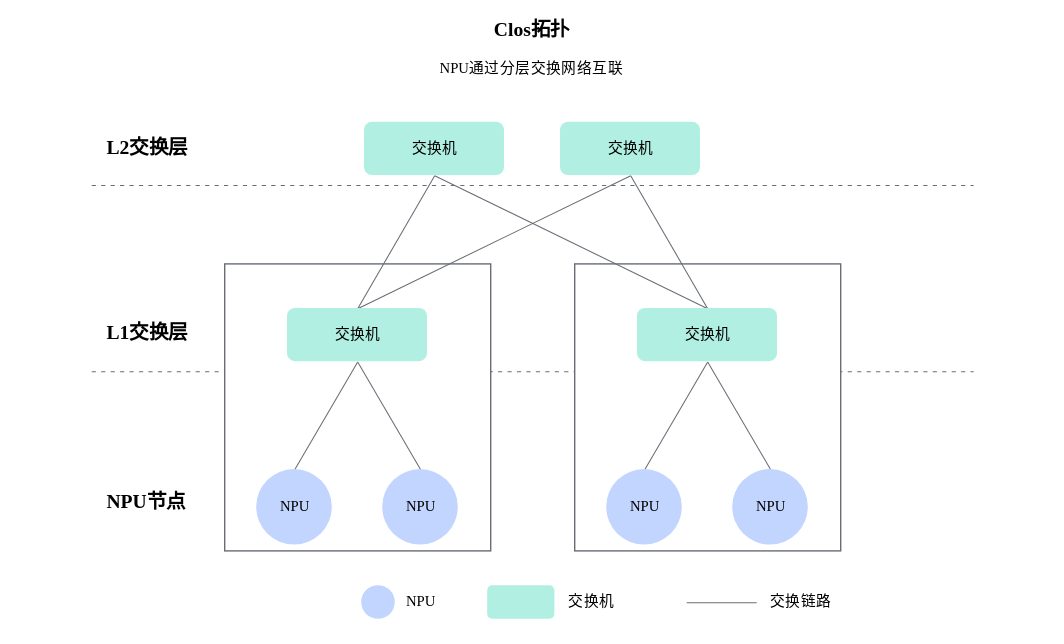
Atlas-Ascend-Fork/asc-comm keeps this draw.io diagram as docs/zh/programming_model/figures/src/clos_topology.svg. Above is the earlier version. Source tidied: cells renumbered, new cells last; positions are measured from the earlier drawing's top-left corner, leaving out a move shared by most shapes.
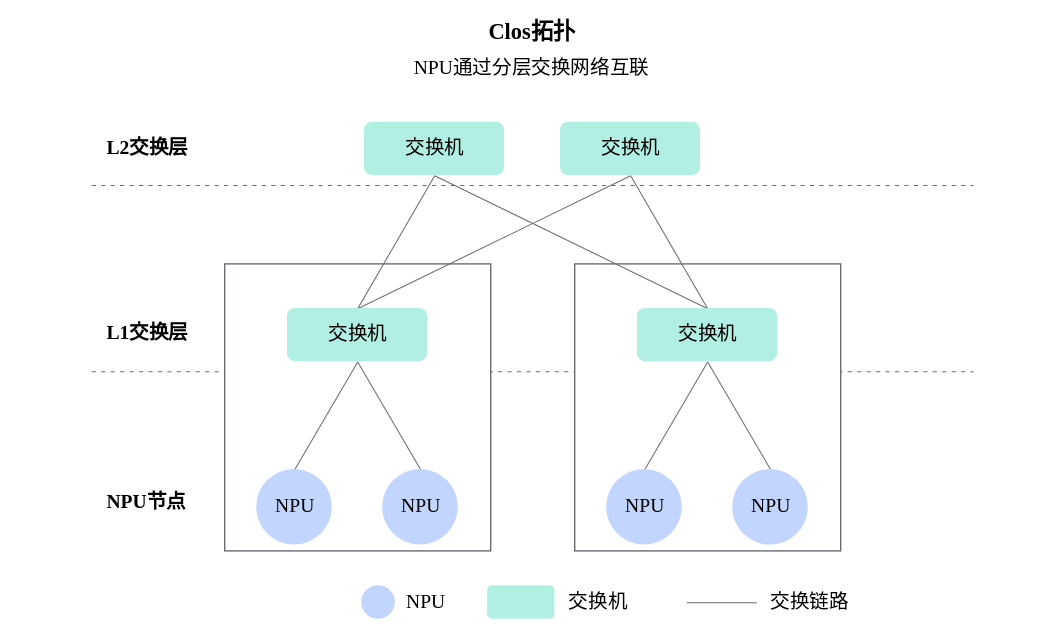
The same file after the commit.

Diff of the diagram source:
```diff
@@ -5,10 +5,10 @@
     <mxCell id="2" style="rounded=0;whiteSpace=wrap;html=1;strokeColor=none;fontFamily=方正兰亭黑简体;" parent="1" vertex="1">
       <mxGeometry width="760" height="460" as="geometry" />
     </mxCell>
-    <mxCell id="3" value="&lt;font style=&quot;font-size: 14px;&quot;&gt;&lt;b&gt;Clos拓扑&lt;/b&gt;&lt;/font&gt;" style="text;html=1;strokeColor=none;fillColor=none;whiteSpace=wrap;overflow=visible;fontFamily=方正兰亭黑简体;fontSize=14;fontColor=#000000;align=center;verticalAlign=middle;spacing=0;fontStyle=1;" parent="1" vertex="1">
+    <mxCell id="3" value="&lt;font&gt;&lt;b&gt;Clos拓扑&lt;/b&gt;&lt;/font&gt;" style="text;html=1;strokeColor=none;fillColor=none;whiteSpace=wrap;overflow=visible;fontFamily=方正兰亭黑简体;fontSize=16;fontColor=#000000;align=center;verticalAlign=middle;spacing=0;fontStyle=1;" parent="1" vertex="1">
       <mxGeometry x="317" y="6" width="126" height="32" as="geometry" />
     </mxCell>
-    <mxCell id="4" value="&lt;font style=&quot;font-size: 10.5px;&quot;&gt;NPU通过分层交换网络互联&lt;/font&gt;" style="text;html=1;strokeColor=none;fillColor=none;whiteSpace=wrap;overflow=visible;fontFamily=方正兰亭黑简体;fontSize=10.5;fontColor=#000000;align=center;verticalAlign=middle;spacing=0;" parent="1" vertex="1">
+    <mxCell id="4" value="&lt;font&gt;NPU通过分层交换网络互联&lt;/font&gt;" style="text;html=1;strokeColor=none;fillColor=none;whiteSpace=wrap;overflow=visible;fontFamily=方正兰亭黑简体;fontSize=14;fontColor=#000000;align=center;verticalAlign=middle;spacing=0;" parent="1" vertex="1">
       <mxGeometry x="284.4" y="38.2" width="191.1" height="22.4" as="geometry" />
     </mxCell>
     <mxCell id="5" value="&lt;font style=&quot;font-size: 14px;&quot;&gt;&lt;b&gt;L2交换层&lt;/b&gt;&lt;/font&gt;" style="text;html=1;strokeColor=none;fillColor=none;whiteSpace=wrap;overflow=visible;fontFamily=方正兰亭黑简体;fontSize=14;fontColor=#000000;align=left;verticalAlign=middle;spacing=0;fontStyle=1;" parent="1" vertex="1">
@@ -32,127 +32,127 @@
         <mxPoint x="695" y="265" as="targetPoint" />
       </mxGeometry>
     </mxCell>
-    <mxCell id="10" style="rounded=0;whiteSpace=wrap;html=1;strokeColor=#686D75;fontFamily=方正兰亭黑简体;fontSize=10.5;" parent="1" vertex="1">
+    <mxCell id="10" style="rounded=0;whiteSpace=wrap;html=1;strokeColor=#686D75;fontFamily=方正兰亭黑简体;fontSize=14;" parent="1" vertex="1">
       <mxGeometry x="160" y="188" width="190" height="205" as="geometry" />
     </mxCell>
-    <mxCell id="11" style="rounded=0;whiteSpace=wrap;html=1;strokeColor=#686D75;fontFamily=方正兰亭黑简体;fontSize=10.5;" parent="1" vertex="1">
+    <mxCell id="11" style="rounded=0;whiteSpace=wrap;html=1;strokeColor=#686D75;fontFamily=方正兰亭黑简体;fontSize=14;" parent="1" vertex="1">
       <mxGeometry x="410" y="188" width="190" height="205" as="geometry" />
     </mxCell>
-    <mxCell id="12" style="endArrow=none;html=1;rounded=0;fontSize=6;strokeWidth=0.75;strokeColor=#686D75;fontFamily=方正兰亭黑简体;" parent="1" edge="1">
+    <mxCell id="12" style="endArrow=none;html=1;rounded=0;fontSize=14;strokeWidth=0.75;strokeColor=#686D75;fontFamily=方正兰亭黑简体;" parent="1" edge="1">
       <mxGeometry relative="1" as="geometry">
         <mxPoint x="310" y="125" as="sourcePoint" />
         <mxPoint x="255" y="220" as="targetPoint" />
       </mxGeometry>
     </mxCell>
-    <mxCell id="13" style="endArrow=none;html=1;rounded=0;fontSize=6;strokeWidth=0.75;strokeColor=#686D75;fontFamily=方正兰亭黑简体;" parent="1" edge="1">
+    <mxCell id="13" style="endArrow=none;html=1;rounded=0;fontSize=14;strokeWidth=0.75;strokeColor=#686D75;fontFamily=方正兰亭黑简体;" parent="1" edge="1">
       <mxGeometry relative="1" as="geometry">
         <mxPoint x="310" y="125" as="sourcePoint" />
         <mxPoint x="505" y="220" as="targetPoint" />
       </mxGeometry>
     </mxCell>
-    <mxCell id="14" style="endArrow=none;html=1;rounded=0;fontSize=6;strokeWidth=0.75;strokeColor=#686D75;fontFamily=方正兰亭黑简体;" parent="1" edge="1">
+    <mxCell id="14" style="endArrow=none;html=1;rounded=0;fontSize=14;strokeWidth=0.75;strokeColor=#686D75;fontFamily=方正兰亭黑简体;" parent="1" edge="1">
       <mxGeometry relative="1" as="geometry">
         <mxPoint x="450" y="125" as="sourcePoint" />
         <mxPoint x="255" y="220" as="targetPoint" />
       </mxGeometry>
     </mxCell>
-    <mxCell id="15" style="endArrow=none;html=1;rounded=0;fontSize=6;strokeWidth=0.75;strokeColor=#686D75;fontFamily=方正兰亭黑简体;" parent="1" edge="1">
+    <mxCell id="15" style="endArrow=none;html=1;rounded=0;fontSize=14;strokeWidth=0.75;strokeColor=#686D75;fontFamily=方正兰亭黑简体;" parent="1" edge="1">
       <mxGeometry relative="1" as="geometry">
         <mxPoint x="450" y="125" as="sourcePoint" />
         <mxPoint x="505" y="220" as="targetPoint" />
       </mxGeometry>
     </mxCell>
-    <mxCell id="16" style="endArrow=none;html=1;rounded=0;fontSize=6;strokeWidth=0.75;strokeColor=#686D75;fontFamily=方正兰亭黑简体;" parent="1" edge="1">
+    <mxCell id="16" style="endArrow=none;html=1;rounded=0;fontSize=14;strokeWidth=0.75;strokeColor=#686D75;fontFamily=方正兰亭黑简体;" parent="1" edge="1">
       <mxGeometry relative="1" as="geometry">
         <mxPoint x="255" y="258" as="sourcePoint" />
         <mxPoint x="210" y="335" as="targetPoint" />
       </mxGeometry>
     </mxCell>
-    <mxCell id="17" style="endArrow=none;html=1;rounded=0;fontSize=6;strokeWidth=0.75;strokeColor=#686D75;fontFamily=方正兰亭黑简体;" parent="1" edge="1">
+    <mxCell id="17" style="endArrow=none;html=1;rounded=0;fontSize=14;strokeWidth=0.75;strokeColor=#686D75;fontFamily=方正兰亭黑简体;" parent="1" edge="1">
       <mxGeometry relative="1" as="geometry">
         <mxPoint x="255" y="258" as="sourcePoint" />
         <mxPoint x="300" y="335" as="targetPoint" />
       </mxGeometry>
     </mxCell>
-    <mxCell id="18" style="endArrow=none;html=1;rounded=0;fontSize=6;strokeWidth=0.75;strokeColor=#686D75;fontFamily=方正兰亭黑简体;" parent="1" edge="1">
+    <mxCell id="18" style="endArrow=none;html=1;rounded=0;fontSize=14;strokeWidth=0.75;strokeColor=#686D75;fontFamily=方正兰亭黑简体;" parent="1" edge="1">
       <mxGeometry relative="1" as="geometry">
         <mxPoint x="505" y="258" as="sourcePoint" />
         <mxPoint x="460" y="335" as="targetPoint" />
       </mxGeometry>
     </mxCell>
-    <mxCell id="19" style="endArrow=none;html=1;rounded=0;fontSize=6;strokeWidth=0.75;strokeColor=#686D75;fontFamily=方正兰亭黑简体;" parent="1" edge="1">
+    <mxCell id="19" style="endArrow=none;html=1;rounded=0;fontSize=14;strokeWidth=0.75;strokeColor=#686D75;fontFamily=方正兰亭黑简体;" parent="1" edge="1">
       <mxGeometry relative="1" as="geometry">
         <mxPoint x="505" y="258" as="sourcePoint" />
         <mxPoint x="550" y="335" as="targetPoint" />
       </mxGeometry>
     </mxCell>
-    <mxCell id="20" style="rounded=1;whiteSpace=wrap;html=1;fillColor=light-dark(#B0EFE2,#121212);strokeColor=none;fontFamily=方正兰亭黑简体;" parent="1" vertex="1">
+    <mxCell id="20" style="rounded=1;whiteSpace=wrap;html=1;fillColor=light-dark(#B0EFE2,#121212);strokeColor=none;fontFamily=方正兰亭黑简体;fontSize=14;" parent="1" vertex="1">
       <mxGeometry x="260" y="87" width="100" height="38" as="geometry" />
     </mxCell>
-    <mxCell id="21" style="rounded=1;whiteSpace=wrap;html=1;fillColor=light-dark(#B0EFE2,#121212);strokeColor=none;fontFamily=方正兰亭黑简体;" parent="1" vertex="1">
+    <mxCell id="21" style="rounded=1;whiteSpace=wrap;html=1;fillColor=light-dark(#B0EFE2,#121212);strokeColor=none;fontFamily=方正兰亭黑简体;fontSize=14;" parent="1" vertex="1">
       <mxGeometry x="400" y="87" width="100" height="38" as="geometry" />
     </mxCell>
-    <mxCell id="22" value="&lt;font style=&quot;font-size: 10.5px;&quot;&gt;交换机&lt;/font&gt;" style="text;html=1;strokeColor=none;fillColor=none;whiteSpace=wrap;overflow=visible;fontFamily=方正兰亭黑简体;fontSize=10.5;fontColor=#000000;align=center;verticalAlign=middle;spacing=0;" parent="1" vertex="1">
+    <mxCell id="22" value="&lt;font&gt;交换机&lt;/font&gt;" style="text;html=1;strokeColor=none;fillColor=none;whiteSpace=wrap;overflow=visible;fontFamily=方正兰亭黑简体;fontSize=14;fontColor=#000000;align=center;verticalAlign=middle;spacing=0;" parent="1" vertex="1">
       <mxGeometry x="289.5" y="95.4" width="41" height="20.8" as="geometry" />
     </mxCell>
-    <mxCell id="23" value="&lt;font style=&quot;font-size: 10.5px;&quot;&gt;交换机&lt;/font&gt;" style="text;html=1;strokeColor=none;fillColor=none;whiteSpace=wrap;overflow=visible;fontFamily=方正兰亭黑简体;fontSize=10.5;fontColor=#000000;align=center;verticalAlign=middle;spacing=0;" parent="1" vertex="1">
+    <mxCell id="23" value="&lt;font&gt;交换机&lt;/font&gt;" style="text;html=1;strokeColor=none;fillColor=none;whiteSpace=wrap;overflow=visible;fontFamily=方正兰亭黑简体;fontSize=14;fontColor=#000000;align=center;verticalAlign=middle;spacing=0;" parent="1" vertex="1">
       <mxGeometry x="429.5" y="95.4" width="41" height="20.8" as="geometry" />
     </mxCell>
-    <mxCell id="24" style="rounded=1;whiteSpace=wrap;html=1;fillColor=light-dark(#B0EFE2,#121212);strokeColor=none;fontFamily=方正兰亭黑简体;" parent="1" vertex="1">
+    <mxCell id="24" style="rounded=1;whiteSpace=wrap;html=1;fillColor=light-dark(#B0EFE2,#121212);strokeColor=none;fontFamily=方正兰亭黑简体;fontSize=14;" parent="1" vertex="1">
       <mxGeometry x="205" y="220" width="100" height="38" as="geometry" />
     </mxCell>
-    <mxCell id="25" style="rounded=1;whiteSpace=wrap;html=1;fillColor=light-dark(#B0EFE2,#121212);strokeColor=none;fontFamily=方正兰亭黑简体;" parent="1" vertex="1">
+    <mxCell id="25" style="rounded=1;whiteSpace=wrap;html=1;fillColor=light-dark(#B0EFE2,#121212);strokeColor=none;fontFamily=方正兰亭黑简体;fontSize=14;" parent="1" vertex="1">
       <mxGeometry x="455" y="220" width="100" height="38" as="geometry" />
     </mxCell>
-    <mxCell id="26" value="&lt;font style=&quot;font-size: 10.5px;&quot;&gt;交换机&lt;/font&gt;" style="text;html=1;strokeColor=none;fillColor=none;whiteSpace=wrap;overflow=visible;fontFamily=方正兰亭黑简体;fontSize=10.5;fontColor=#000000;align=center;verticalAlign=middle;spacing=0;" parent="1" vertex="1">
+    <mxCell id="26" value="&lt;font&gt;交换机&lt;/font&gt;" style="text;html=1;strokeColor=none;fillColor=none;whiteSpace=wrap;overflow=visible;fontFamily=方正兰亭黑简体;fontSize=14;fontColor=#000000;align=center;verticalAlign=middle;spacing=0;" parent="1" vertex="1">
       <mxGeometry x="234.5" y="228.4" width="41" height="20.8" as="geometry" />
     </mxCell>
-    <mxCell id="27" value="&lt;font style=&quot;font-size: 10.5px;&quot;&gt;交换机&lt;/font&gt;" style="text;html=1;strokeColor=none;fillColor=none;whiteSpace=wrap;overflow=visible;fontFamily=方正兰亭黑简体;fontSize=10.5;fontColor=#000000;align=center;verticalAlign=middle;spacing=0;" parent="1" vertex="1">
+    <mxCell id="27" value="&lt;font&gt;交换机&lt;/font&gt;" style="text;html=1;strokeColor=none;fillColor=none;whiteSpace=wrap;overflow=visible;fontFamily=方正兰亭黑简体;fontSize=14;fontColor=#000000;align=center;verticalAlign=middle;spacing=0;" parent="1" vertex="1">
       <mxGeometry x="484.5" y="228.4" width="41" height="20.8" as="geometry" />
     </mxCell>
-    <mxCell id="28" style="ellipse;whiteSpace=wrap;html=1;fillColor=#C2D5FE;strokeColor=none;fontFamily=方正兰亭黑简体;" parent="1" vertex="1">
+    <mxCell id="28" style="ellipse;whiteSpace=wrap;html=1;fillColor=#C2D5FE;strokeColor=none;fontFamily=方正兰亭黑简体;fontSize=14;" parent="1" vertex="1">
       <mxGeometry x="183" y="335" width="54" height="54" as="geometry" />
     </mxCell>
-    <mxCell id="29" style="ellipse;whiteSpace=wrap;html=1;fillColor=#C2D5FE;strokeColor=none;fontFamily=方正兰亭黑简体;" parent="1" vertex="1">
+    <mxCell id="29" style="ellipse;whiteSpace=wrap;html=1;fillColor=#C2D5FE;strokeColor=none;fontFamily=方正兰亭黑简体;fontSize=14;" parent="1" vertex="1">
       <mxGeometry x="273" y="335" width="54" height="54" as="geometry" />
     </mxCell>
-    <mxCell id="30" style="ellipse;whiteSpace=wrap;html=1;fillColor=#C2D5FE;strokeColor=none;fontFamily=方正兰亭黑简体;" parent="1" vertex="1">
+    <mxCell id="30" style="ellipse;whiteSpace=wrap;html=1;fillColor=#C2D5FE;strokeColor=none;fontFamily=方正兰亭黑简体;fontSize=14;" parent="1" vertex="1">
       <mxGeometry x="433" y="335" width="54" height="54" as="geometry" />
     </mxCell>
-    <mxCell id="31" style="ellipse;whiteSpace=wrap;html=1;fillColor=#C2D5FE;strokeColor=none;fontFamily=方正兰亭黑简体;" parent="1" vertex="1">
+    <mxCell id="31" style="ellipse;whiteSpace=wrap;html=1;fillColor=#C2D5FE;strokeColor=none;fontFamily=方正兰亭黑简体;fontSize=14;" parent="1" vertex="1">
       <mxGeometry x="523" y="335" width="54" height="54" as="geometry" />
     </mxCell>
-    <mxCell id="32" value="&lt;font style=&quot;font-size: 10.5px;&quot;&gt;NPU&lt;/font&gt;" style="text;html=1;strokeColor=none;fillColor=none;whiteSpace=wrap;overflow=visible;fontFamily=方正兰亭黑简体;fontSize=10.5;fontColor=#000000;align=center;verticalAlign=middle;spacing=0;" parent="1" vertex="1">
+    <mxCell id="32" value="&lt;font&gt;NPU&lt;/font&gt;" style="text;html=1;strokeColor=none;fillColor=none;whiteSpace=wrap;overflow=visible;fontFamily=方正兰亭黑简体;fontSize=14;fontColor=#000000;align=center;verticalAlign=middle;spacing=0;" parent="1" vertex="1">
       <mxGeometry x="189.5" y="351.4" width="41" height="20.8" as="geometry" />
     </mxCell>
-    <mxCell id="33" value="&lt;font style=&quot;font-size: 10.5px;&quot;&gt;NPU&lt;/font&gt;" style="text;html=1;strokeColor=none;fillColor=none;whiteSpace=wrap;overflow=visible;fontFamily=方正兰亭黑简体;fontSize=10.5;fontColor=#000000;align=center;verticalAlign=middle;spacing=0;" parent="1" vertex="1">
+    <mxCell id="33" value="&lt;font&gt;NPU&lt;/font&gt;" style="text;html=1;strokeColor=none;fillColor=none;whiteSpace=wrap;overflow=visible;fontFamily=方正兰亭黑简体;fontSize=14;fontColor=#000000;align=center;verticalAlign=middle;spacing=0;" parent="1" vertex="1">
       <mxGeometry x="279.5" y="351.4" width="41" height="20.8" as="geometry" />
     </mxCell>
-    <mxCell id="34" value="&lt;font style=&quot;font-size: 10.5px;&quot;&gt;NPU&lt;/font&gt;" style="text;html=1;strokeColor=none;fillColor=none;whiteSpace=wrap;overflow=visible;fontFamily=方正兰亭黑简体;fontSize=10.5;fontColor=#000000;align=center;verticalAlign=middle;spacing=0;" parent="1" vertex="1">
+    <mxCell id="34" value="&lt;font&gt;NPU&lt;/font&gt;" style="text;html=1;strokeColor=none;fillColor=none;whiteSpace=wrap;overflow=visible;fontFamily=方正兰亭黑简体;fontSize=14;fontColor=#000000;align=center;verticalAlign=middle;spacing=0;" parent="1" vertex="1">
       <mxGeometry x="439.5" y="351.4" width="41" height="20.8" as="geometry" />
     </mxCell>
-    <mxCell id="35" value="&lt;font style=&quot;font-size: 10.5px;&quot;&gt;NPU&lt;/font&gt;" style="text;html=1;strokeColor=none;fillColor=none;whiteSpace=wrap;overflow=visible;fontFamily=方正兰亭黑简体;fontSize=10.5;fontColor=#000000;align=center;verticalAlign=middle;spacing=0;" parent="1" vertex="1">
+    <mxCell id="35" value="&lt;font&gt;NPU&lt;/font&gt;" style="text;html=1;strokeColor=none;fillColor=none;whiteSpace=wrap;overflow=visible;fontFamily=方正兰亭黑简体;fontSize=14;fontColor=#000000;align=center;verticalAlign=middle;spacing=0;" parent="1" vertex="1">
       <mxGeometry x="529.5" y="351.4" width="41" height="20.8" as="geometry" />
     </mxCell>
-    <mxCell id="36" style="ellipse;whiteSpace=wrap;html=1;fillColor=#C2D5FE;strokeColor=none;fontFamily=方正兰亭黑简体;" parent="1" vertex="1">
+    <mxCell id="36" style="ellipse;whiteSpace=wrap;html=1;fillColor=#C2D5FE;strokeColor=none;fontFamily=方正兰亭黑简体;fontSize=14;" parent="1" vertex="1">
       <mxGeometry x="258" y="418" width="24" height="24" as="geometry" />
     </mxCell>
-    <mxCell id="37" value="&lt;font style=&quot;font-size: 10.5px;&quot;&gt;NPU&lt;/font&gt;" style="text;html=1;strokeColor=none;fillColor=none;whiteSpace=wrap;overflow=visible;fontFamily=方正兰亭黑简体;fontSize=10.5;fontColor=#000000;align=left;verticalAlign=middle;spacing=0;" parent="1" vertex="1">
+    <mxCell id="37" value="&lt;font&gt;NPU&lt;/font&gt;" style="text;html=1;strokeColor=none;fillColor=none;whiteSpace=wrap;overflow=visible;fontFamily=方正兰亭黑简体;fontSize=14;fontColor=#000000;align=left;verticalAlign=middle;spacing=0;" parent="1" vertex="1">
       <mxGeometry x="290" y="419.4" width="41" height="20.8" as="geometry" />
     </mxCell>
-    <mxCell id="38" style="rounded=1;whiteSpace=wrap;html=1;fillColor=light-dark(#B0EFE2,#121212);strokeColor=none;fontFamily=方正兰亭黑简体;" parent="1" vertex="1">
+    <mxCell id="38" style="rounded=1;whiteSpace=wrap;html=1;fillColor=light-dark(#B0EFE2,#121212);strokeColor=none;fontFamily=方正兰亭黑简体;fontSize=14;" parent="1" vertex="1">
       <mxGeometry x="348" y="418" width="48" height="24" as="geometry" />
     </mxCell>
-    <mxCell id="39" value="&lt;font style=&quot;font-size: 10.5px;&quot;&gt;交换机&lt;/font&gt;" style="text;html=1;strokeColor=none;fillColor=none;whiteSpace=wrap;overflow=visible;fontFamily=方正兰亭黑简体;fontSize=10.5;fontColor=#000000;align=left;verticalAlign=middle;spacing=0;" parent="1" vertex="1">
+    <mxCell id="39" value="&lt;font&gt;交换机&lt;/font&gt;" style="text;html=1;strokeColor=none;fillColor=none;whiteSpace=wrap;overflow=visible;fontFamily=方正兰亭黑简体;fontSize=14;fontColor=#000000;align=left;verticalAlign=middle;spacing=0;" parent="1" vertex="1">
       <mxGeometry x="406" y="419.4" width="41" height="20.8" as="geometry" />
     </mxCell>
-    <mxCell id="40" style="endArrow=none;html=1;rounded=0;fontSize=6;strokeWidth=0.75;strokeColor=#686D75;fontFamily=方正兰亭黑简体;" parent="1" edge="1">
+    <mxCell id="40" style="endArrow=none;html=1;rounded=0;fontSize=14;strokeWidth=0.75;strokeColor=#686D75;fontFamily=方正兰亭黑简体;" parent="1" edge="1">
       <mxGeometry relative="1" as="geometry">
         <mxPoint x="490" y="430" as="sourcePoint" />
         <mxPoint x="540" y="430" as="targetPoint" />
       </mxGeometry>
     </mxCell>
-    <mxCell id="41" value="&lt;font style=&quot;font-size: 10.5px;&quot;&gt;交换链路&lt;/font&gt;" style="text;html=1;strokeColor=none;fillColor=none;whiteSpace=wrap;overflow=visible;fontFamily=方正兰亭黑简体;fontSize=10.5;fontColor=#000000;align=left;verticalAlign=middle;spacing=0;" parent="1" vertex="1">
+    <mxCell id="41" value="&lt;font&gt;交换链路&lt;/font&gt;" style="text;html=1;strokeColor=none;fillColor=none;whiteSpace=wrap;overflow=visible;fontFamily=方正兰亭黑简体;fontSize=14;fontColor=#000000;align=left;verticalAlign=middle;spacing=0;" parent="1" vertex="1">
       <mxGeometry x="550" y="419.4" width="54.6" height="20.8" as="geometry" />
     </mxCell>
   </root>
```
